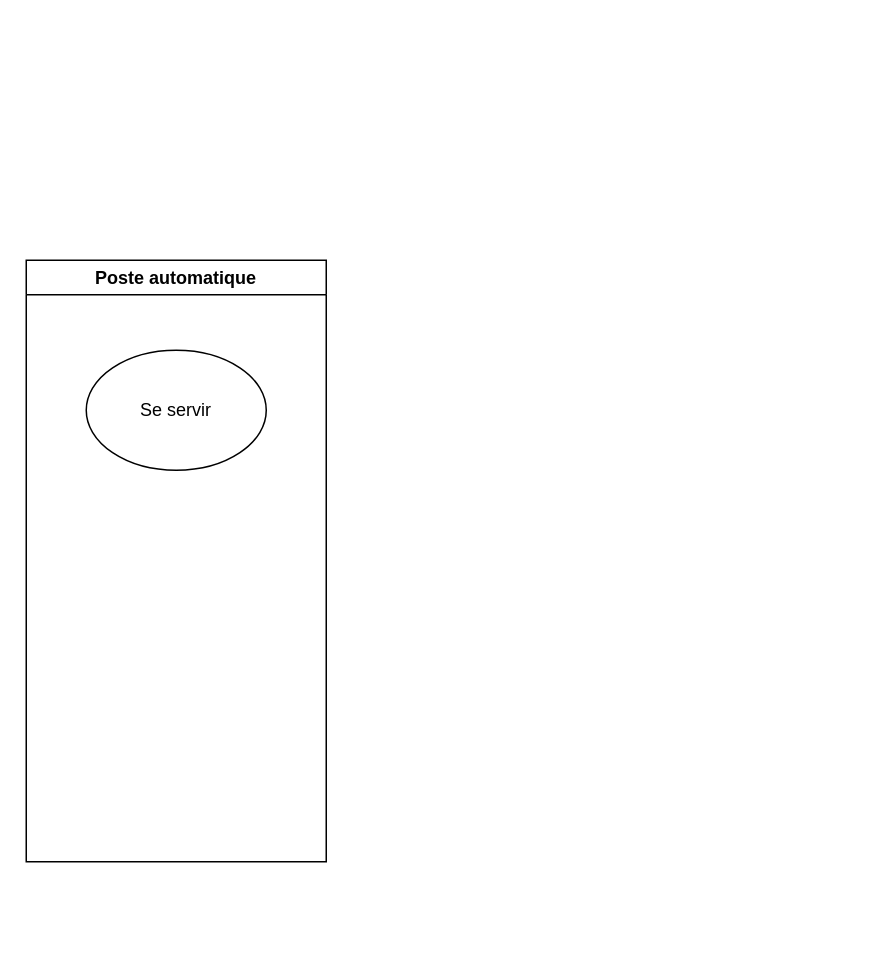
Above: Totality/Diagramme sans nom.drawio in NLetenneur/UML-Introduction (draw.io), before the change. Source tidied: cells renumbered, new cells numbered last; positions are measured from the earlier drawing's top-left corner, leaving out a move shared by most shapes. Both pictures are drawn from the tidied source at 150%, with x=0, y=0 at pixel (26, 260).
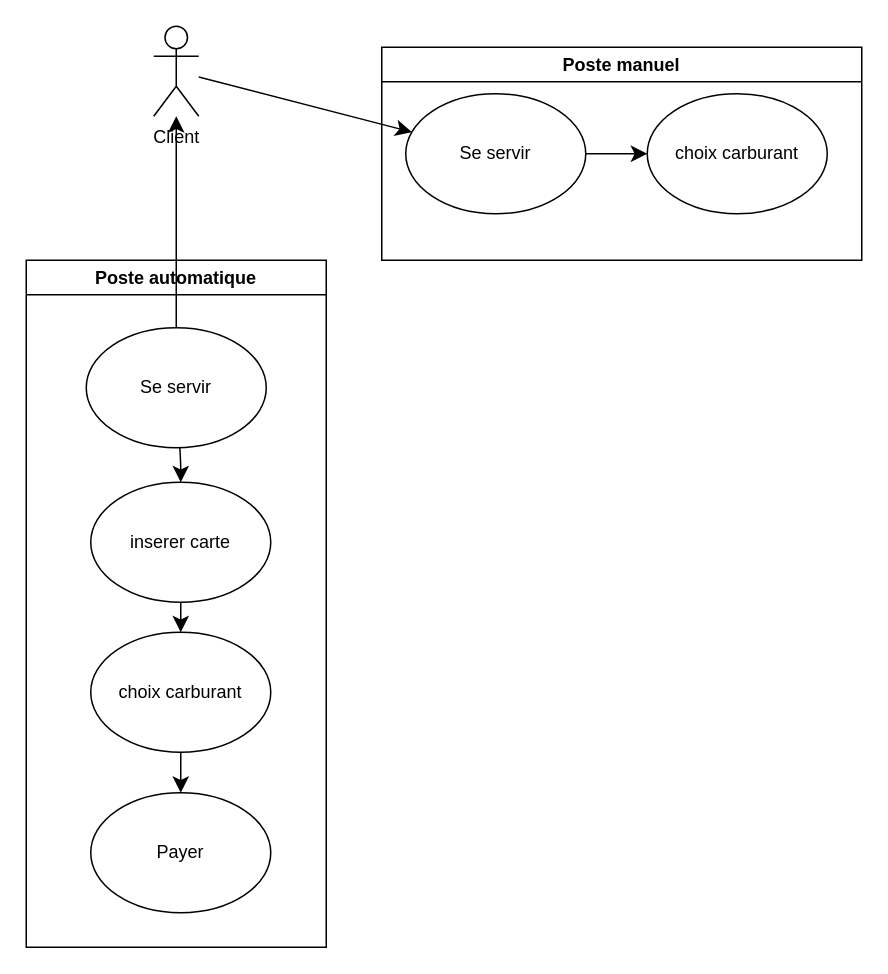
The same page after the edit.

Commit message (it also covers changes not shown here):
Mettre à jour Diagramme sans nom.drawio

The edit, as a diff of the source:
```diff
@@
 <mxGraphModel>
   <root>
     <mxCell id="0" />
     <mxCell id="1" parent="0" />
     <mxCell id="2" value="Poste automatique" style="swimlane;whiteSpace=wrap;html=1;" parent="1" vertex="1">
-      <mxGeometry width="200" height="401" as="geometry" />
+      <mxGeometry width="200" height="458" as="geometry" />
     </mxCell>
+    <mxCell id="4" style="edgeStyle=none;curved=1;rounded=0;jettySize=auto;html=1;fontSize=12;startSize=8;endSize=8;" parent="2" edge="1" source="3" target="6">
+      <mxGeometry relative="1" as="geometry">
+        <Array as="points">
+          <mxPoint x="103" y="135" />
+        </Array>
+      </mxGeometry>
+    </mxCell>
     <mxCell id="3" value="Se servir" style="ellipse;whiteSpace=wrap;html=1;" parent="2" vertex="1">
-      <mxGeometry x="40" y="60" width="120" height="80" as="geometry" />
+      <mxGeometry x="40" y="45" width="120" height="80" as="geometry" />
     </mxCell>
+    <mxCell id="5" style="edgeStyle=none;curved=1;rounded=0;jettySize=auto;html=1;fontSize=12;startSize=8;endSize=8;" parent="2" edge="1" source="6" target="8">
+      <mxGeometry relative="1" as="geometry" />
+    </mxCell>
+    <mxCell id="6" value="inserer carte" style="ellipse;whiteSpace=wrap;html=1;" parent="2" vertex="1">
+      <mxGeometry x="43" y="148" width="120" height="80" as="geometry" />
+    </mxCell>
+    <mxCell id="7" style="edgeStyle=none;curved=1;rounded=0;jettySize=auto;html=1;fontSize=12;startSize=8;endSize=8;" parent="2" edge="1" source="8" target="9">
+      <mxGeometry relative="1" as="geometry" />
+    </mxCell>
+    <mxCell id="8" value="choix carburant" style="ellipse;whiteSpace=wrap;html=1;" parent="2" vertex="1">
+      <mxGeometry x="43" y="248" width="120" height="80" as="geometry" />
+    </mxCell>
+    <mxCell id="9" value="Payer" style="ellipse;whiteSpace=wrap;html=1;" parent="2" vertex="1">
+      <mxGeometry x="43" y="355" width="120" height="80" as="geometry" />
+    </mxCell>
+    <mxCell id="10" style="edgeStyle=none;curved=1;rounded=0;jettySize=auto;html=1;fontSize=12;startSize=8;endSize=8;" parent="1" edge="1" source="11" target="15">
+      <mxGeometry relative="1" as="geometry" />
+    </mxCell>
+    <mxCell id="11" value="Client" style="shape=umlActor;verticalLabelPosition=bottom;verticalAlign=top;html=1;outlineConnect=0;" parent="1" vertex="1">
+      <mxGeometry x="85" y="-156" width="30" height="60" as="geometry" />
+    </mxCell>
+    <mxCell id="12" style="edgeStyle=none;curved=1;rounded=0;jettySize=auto;html=1;fontSize=12;startSize=8;endSize=8;" parent="1" edge="1" source="3" target="11">
+      <mxGeometry relative="1" as="geometry" />
+    </mxCell>
+    <mxCell id="13" value="Poste manuel" style="swimlane;whiteSpace=wrap;html=1;" parent="1" vertex="1">
+      <mxGeometry x="237" y="-142" width="320" height="142" as="geometry" />
+    </mxCell>
+    <mxCell id="14" style="edgeStyle=none;curved=1;rounded=0;jettySize=auto;html=1;fontSize=12;startSize=8;endSize=8;" parent="13" edge="1" source="15" target="16">
+      <mxGeometry relative="1" as="geometry" />
+    </mxCell>
+    <mxCell id="15" value="Se servir" style="ellipse;whiteSpace=wrap;html=1;" parent="13" vertex="1">
+      <mxGeometry x="16" y="31" width="120" height="80" as="geometry" />
+    </mxCell>
+    <mxCell id="16" value="choix carburant" style="ellipse;whiteSpace=wrap;html=1;" parent="13" vertex="1">
+      <mxGeometry x="177" y="31" width="120" height="80" as="geometry" />
+    </mxCell>
   </root>
 </mxGraphModel>
```
